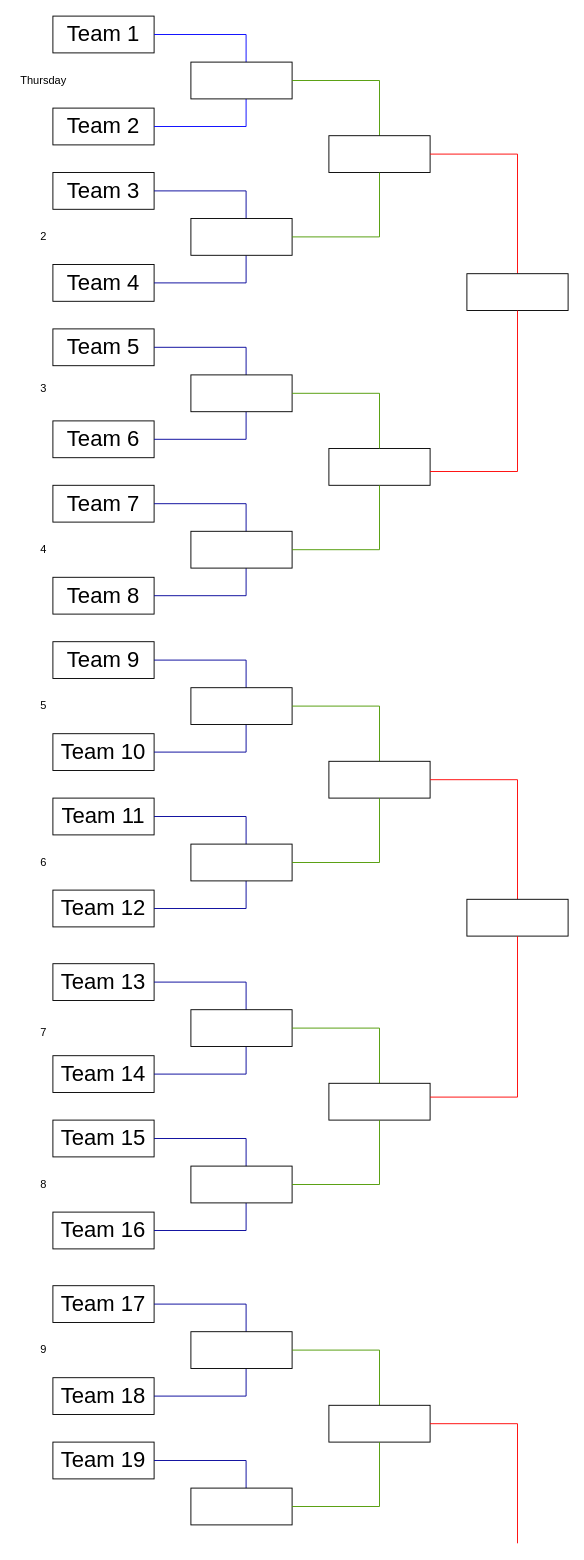
Earlier version of the draw.io diagram Carrom Brackets.drawio (imadchougle/carrom_brackets). Source tidied: cells renumbered, new cells numbered last; positions are measured from the earlier drawing's top-left corner, leaving out a move shared by most shapes. Both pictures are drawn from the tidied source at 92%, with x=0, y=0 at pixel (16, 16).
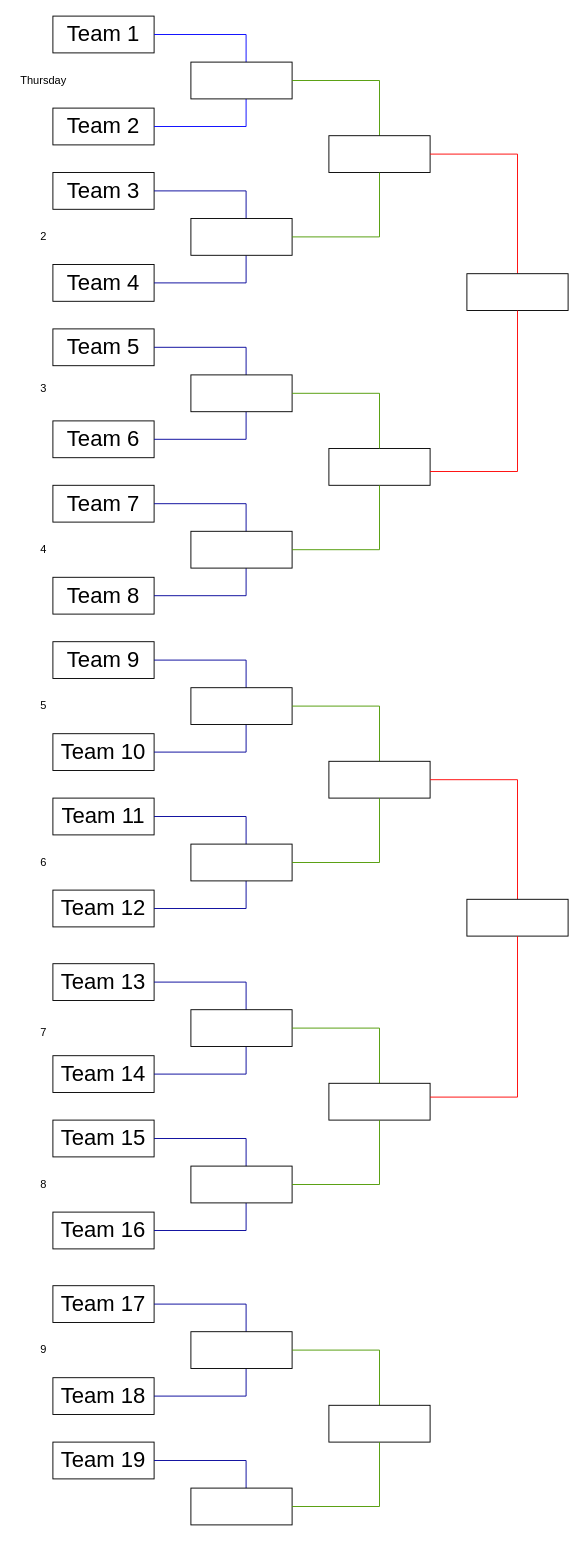
Above is the later version.

The edit, as a diff of the source:
```diff
@@
-    <mxCell id="71" style="endArrow=none;html=1;rounded=0;entryX=0.5;entryY=0;entryDx=0;entryDy=0;strokeColor=light-dark(#FF0000,#FFFFFF);" parent="1" edge="1">
-      <mxGeometry relative="1" as="geometry">
-        <mxPoint x="450" y="1530" as="sourcePoint" />
-        <mxPoint x="545" y="1660" as="targetPoint" />
-        <Array as="points">
-          <mxPoint x="545" y="1530" />
-        </Array>
-      </mxGeometry>
-    </mxCell>
```
